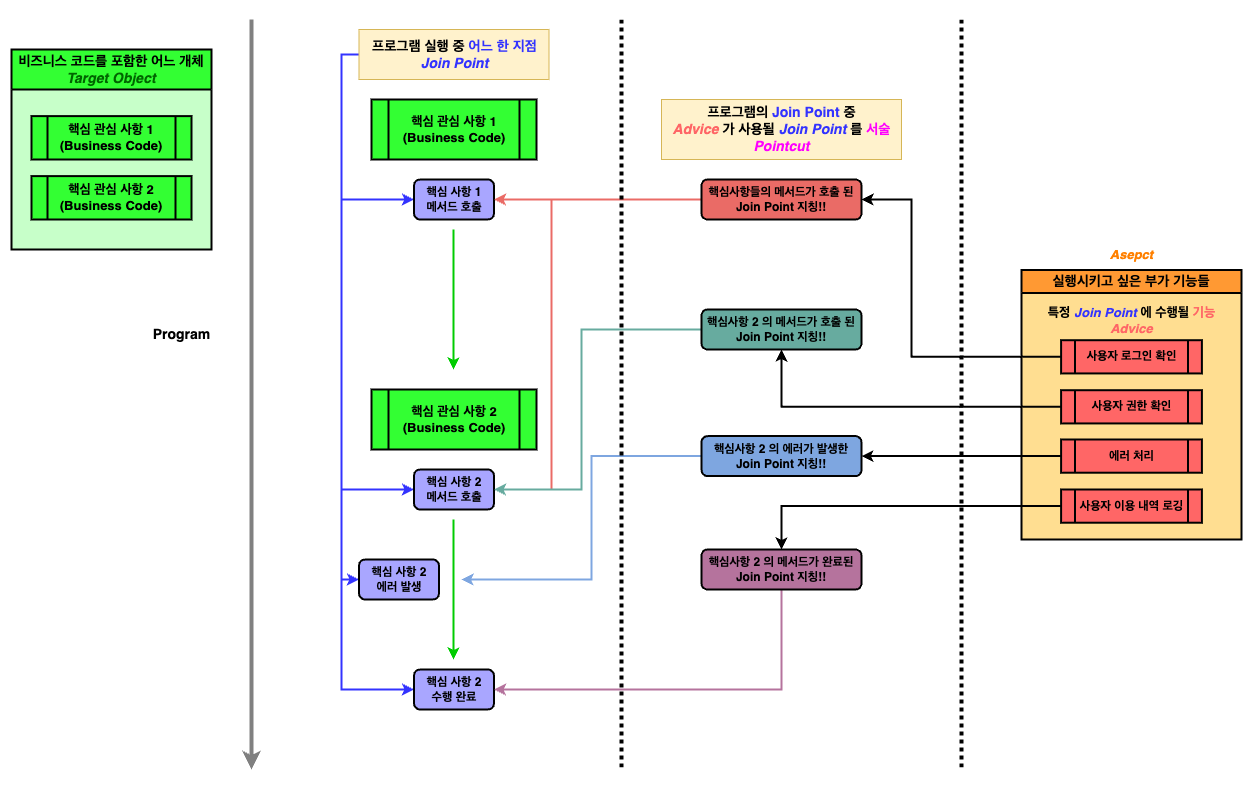
Before: images/chapter6/aop_terminology_1.png, a diagram exported from draw.io (jbw9964/Spring_Starts_Here). Source tidied: cells renumbered, new cells last; positions are measured from the earlier drawing's top-left corner, leaving out a move shared by most shapes.
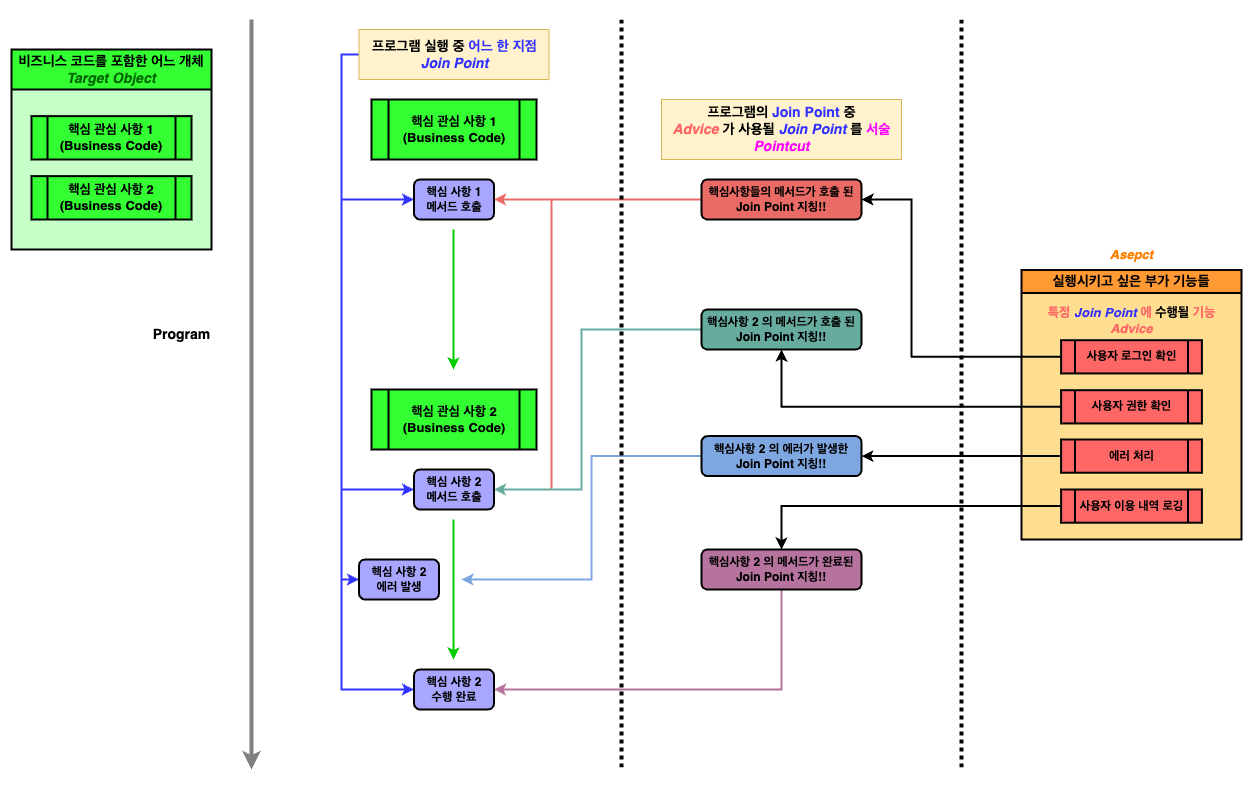
Later version of the same file.

Change to the diagram source:
```diff
@@ -17,7 +17,7 @@
     <mxCell id="6" value="&lt;b&gt;에러 처리&lt;/b&gt;" style="shape=process;whiteSpace=wrap;html=1;backgroundOutline=1;strokeWidth=2;fillColor=#FF6666;" parent="3" vertex="1">
       <mxGeometry x="39.6" y="169.6" width="140.8" height="33.2" as="geometry" />
     </mxCell>
-    <mxCell id="7" value="&lt;b style=&quot;font-size: 13px;&quot;&gt;&lt;font style=&quot;font-size: 13px;&quot;&gt;특정 &lt;i&gt;&lt;font color=&quot;#3333ff&quot;&gt;Join Point&lt;/font&gt; &lt;/i&gt;에 수행될 &lt;font color=&quot;#ff6666&quot;&gt;기능&lt;/font&gt;&lt;/font&gt;&lt;/b&gt;&lt;div style=&quot;font-size: 13px;&quot;&gt;&lt;b&gt;&lt;font color=&quot;#ff6666&quot; style=&quot;font-size: 13px;&quot;&gt;&lt;i&gt;Advice&lt;/i&gt;&lt;/font&gt;&lt;/b&gt;&lt;/div&gt;" style="text;html=1;align=center;verticalAlign=middle;strokeColor=none;fillColor=none;" parent="3" vertex="1">
+    <mxCell id="7" value="&lt;b style=&quot;font-size: 13px;&quot;&gt;&lt;font style=&quot;font-size: 13px;&quot;&gt;&lt;font color=&quot;#ff6666&quot;&gt;특정&lt;/font&gt; &lt;i&gt;&lt;font color=&quot;#3333ff&quot;&gt;Join Point&lt;/font&gt; &lt;/i&gt;&lt;font color=&quot;#ff6666&quot;&gt;에&lt;/font&gt; 수행될 &lt;font color=&quot;#ff6666&quot;&gt;기능&lt;/font&gt;&lt;/font&gt;&lt;/b&gt;&lt;div style=&quot;font-size: 13px;&quot;&gt;&lt;b&gt;&lt;font color=&quot;#ff6666&quot; style=&quot;font-size: 13px;&quot;&gt;&lt;i&gt;Advice&lt;/i&gt;&lt;/font&gt;&lt;/b&gt;&lt;/div&gt;" style="text;html=1;align=center;verticalAlign=middle;strokeColor=none;fillColor=none;" parent="3" vertex="1">
       <mxGeometry x="15" y="30.3" width="190" height="40" as="geometry" />
     </mxCell>
     <mxCell id="8" value="&lt;b&gt;사용자 이용 내역 로깅&lt;/b&gt;" style="shape=process;whiteSpace=wrap;html=1;backgroundOutline=1;strokeWidth=2;fillColor=#FF6666;" parent="3" vertex="1">
```
